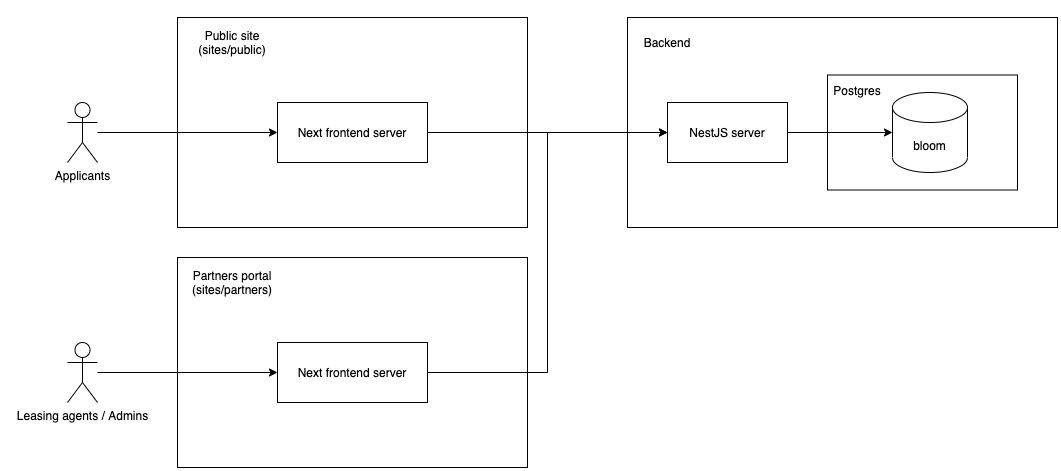
Above: docs/Bloom apps.png in bloom-housing/bloom (draw.io), before the change. Source tidied: cells renumbered, new cells last; positions are measured from the earlier drawing's top-left corner, leaving out a move shared by most shapes.
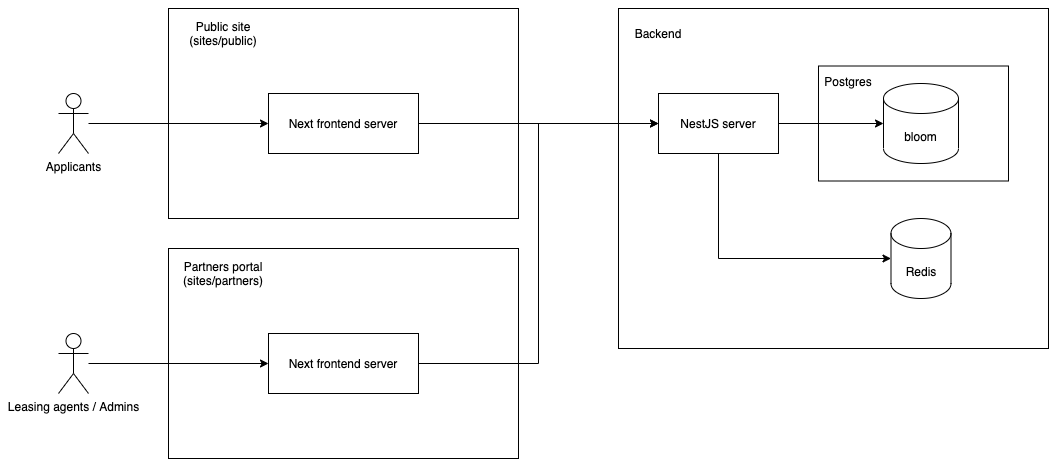
The same diagram one commit later.

Commit message:
Update bloom apps diagram

Diff of the diagram source:
```diff
@@ -3,7 +3,7 @@
     <mxCell id="0" />
     <mxCell id="1" parent="0" />
     <mxCell id="2" style="rounded=0;whiteSpace=wrap;html=1;" parent="1" vertex="1">
-      <mxGeometry x="560" width="430" height="210" as="geometry" />
+      <mxGeometry x="560" width="430" height="340" as="geometry" />
     </mxCell>
     <mxCell id="3" style="rounded=0;whiteSpace=wrap;html=1;" parent="1" vertex="1">
       <mxGeometry x="760" y="57.5" width="190" height="115" as="geometry" />
@@ -20,6 +20,13 @@
     <mxCell id="7" style="edgeStyle=orthogonalEdgeStyle;rounded=0;jettySize=auto;html=1;entryX=0;entryY=0.5;entryDx=0;entryDy=0;entryPerimeter=0;" parent="1" edge="1" source="8" target="4">
       <mxGeometry relative="1" as="geometry" />
     </mxCell>
+    <mxCell id="21" style="edgeStyle=orthogonalEdgeStyle;rounded=0;jettySize=auto;html=1;entryX=0;entryY=0.5;entryDx=0;entryDy=0;entryPerimeter=0;" parent="1" edge="1" source="8" target="22">
+      <mxGeometry relative="1" as="geometry">
+        <Array as="points">
+          <mxPoint x="660" y="250" />
+        </Array>
+      </mxGeometry>
+    </mxCell>
     <mxCell id="8" value="NestJS server" style="rounded=0;whiteSpace=wrap;html=1;" parent="1" vertex="1">
       <mxGeometry x="600" y="85" width="120" height="60" as="geometry" />
     </mxCell>
@@ -59,5 +66,8 @@
     <mxCell id="20" value="Leasing agents / Admins" style="shape=umlActor;verticalLabelPosition=bottom;verticalAlign=top;html=1;outlineConnect=0;" parent="1" vertex="1">
       <mxGeometry y="325" width="30" height="60" as="geometry" />
     </mxCell>
+    <mxCell id="22" value="Redis" style="shape=cylinder3;whiteSpace=wrap;html=1;boundedLbl=1;backgroundOutline=1;size=15;" parent="1" vertex="1">
+      <mxGeometry x="832.5" y="210" width="60" height="80" as="geometry" />
+    </mxCell>
   </root>
 </mxGraphModel>
```
